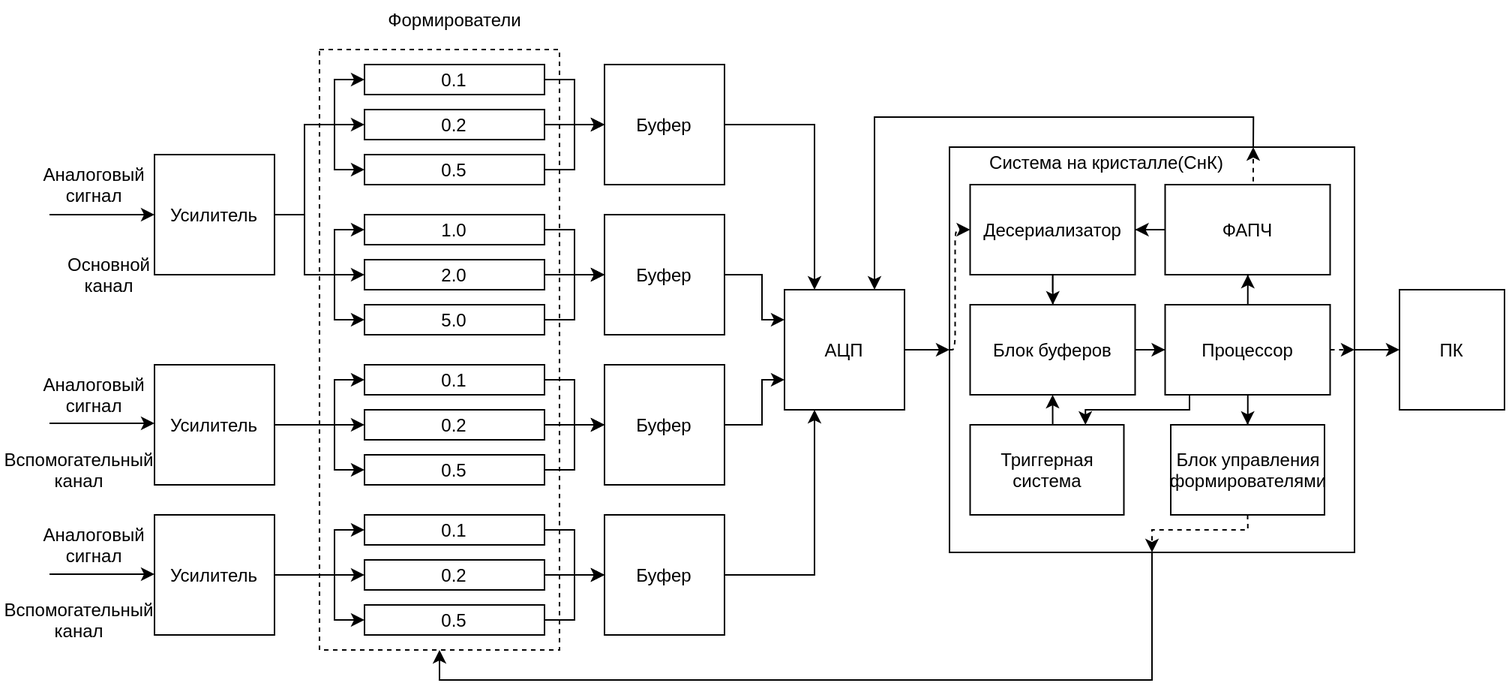
This is Report/Diploma/images/board_scheme.png from gra98rus/Stand-for-Calorimeter-Crystal, a draw.io export, as it was before one commit. Source tidied: cells renumbered, new cells last; positions are measured from the earlier drawing's top-left corner, leaving out a move shared by most shapes.
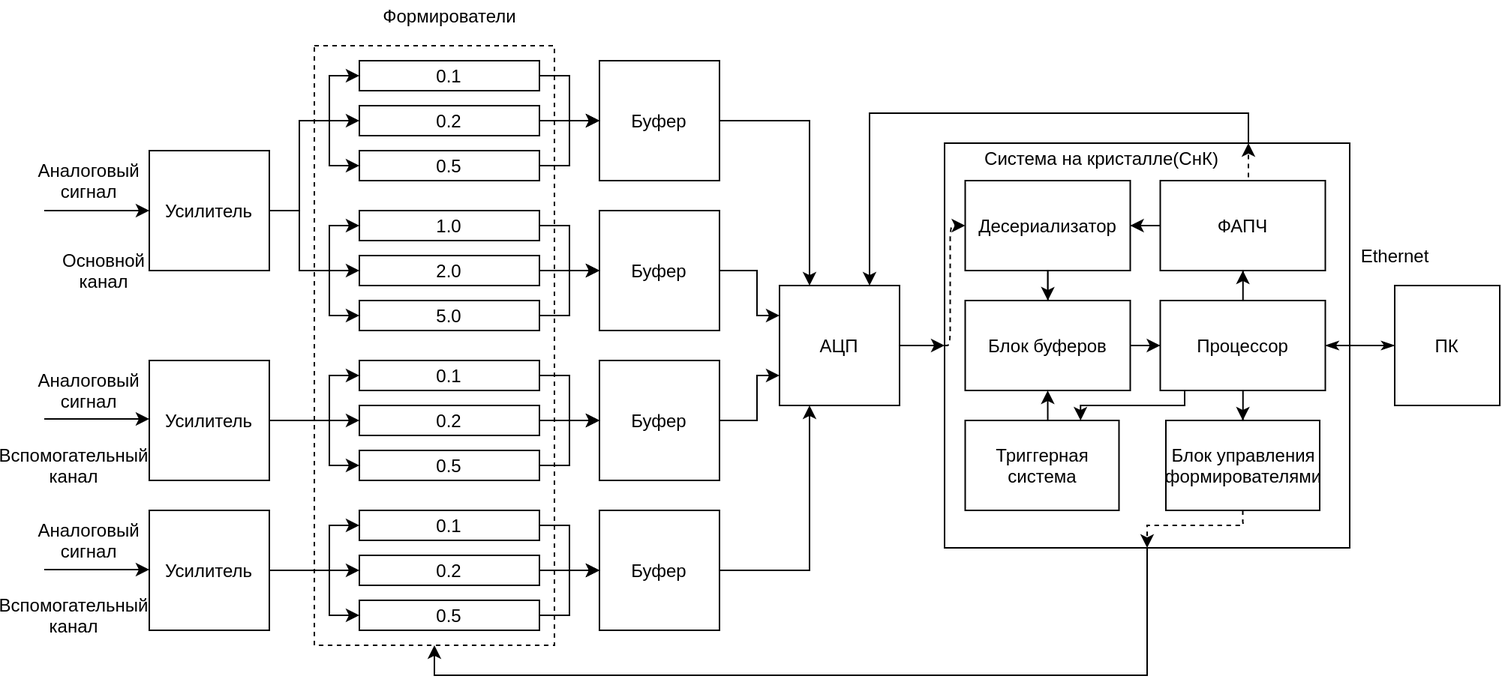
After the commit.

Change to the diagram source:
```diff
@@ -8,9 +8,6 @@
     <mxCell id="3" style="edgeStyle=orthogonalEdgeStyle;rounded=0;jettySize=auto;html=1;exitX=0.75;exitY=0;exitDx=0;exitDy=0;entryX=0.75;entryY=0;entryDx=0;entryDy=0;startArrow=none;startFill=0;endArrow=classic;endFill=1;" parent="1" edge="1" source="5" target="22">
       <mxGeometry relative="1" as="geometry" />
     </mxCell>
-    <mxCell id="4" style="edgeStyle=orthogonalEdgeStyle;rounded=0;jettySize=auto;html=1;exitX=1;exitY=0.5;exitDx=0;exitDy=0;entryX=0;entryY=0.5;entryDx=0;entryDy=0;startArrow=none;startFill=0;endArrow=classic;endFill=1;" parent="1" edge="1" source="5" target="15">
-      <mxGeometry relative="1" as="geometry" />
-    </mxCell>
     <mxCell id="5" style="whiteSpace=wrap;html=1;" parent="1" vertex="1">
       <mxGeometry x="600" y="95" width="270" height="270" as="geometry" />
     </mxCell>
@@ -41,9 +38,9 @@
     <mxCell id="12" style="edgeStyle=orthogonalEdgeStyle;rounded=0;jettySize=auto;html=1;startArrow=none;startFill=0;endArrow=classic;endFill=1;" parent="1" edge="1" source="14" target="79">
       <mxGeometry relative="1" as="geometry" />
     </mxCell>
-    <mxCell id="13" style="edgeStyle=orthogonalEdgeStyle;rounded=0;jettySize=auto;html=1;exitX=1;exitY=0.5;exitDx=0;exitDy=0;entryX=1;entryY=0.5;entryDx=0;entryDy=0;dashed=1;startArrow=none;startFill=0;endArrow=classic;endFill=1;" parent="1" edge="1" source="14" target="5">
-      <mxGeometry relative="1" as="geometry" />
-    </mxCell>
+    <mxCell id="81" style="edgeStyle=orthogonalEdgeStyle;rounded=0;jettySize=auto;html=1;startArrow=classicThin;startFill=1;endArrow=classicThin;endFill=1;" parent="1" edge="1" source="14" target="15">
+      <mxGeometry relative="1" as="geometry" />
+    </mxCell>
     <mxCell id="14" value="Процессор" style="rounded=0;whiteSpace=wrap;html=1;" parent="1" vertex="1">
       <mxGeometry x="743.8" y="200" width="110" height="60" as="geometry" />
     </mxCell>
@@ -287,5 +284,8 @@
     <mxCell id="80" value="Система на кристалле(СнК)" style="text;html=1;strokeColor=none;fillColor=none;align=center;verticalAlign=middle;whiteSpace=wrap;rounded=0;" parent="1" vertex="1">
       <mxGeometry x="600" y="95" width="210" height="20" as="geometry" />
     </mxCell>
+    <mxCell id="82" value="Ethernet" style="text;html=1;align=center;verticalAlign=middle;" parent="1" vertex="1">
+      <mxGeometry x="870" y="160" width="60" height="20" as="geometry" />
+    </mxCell>
   </root>
 </mxGraphModel>
```
